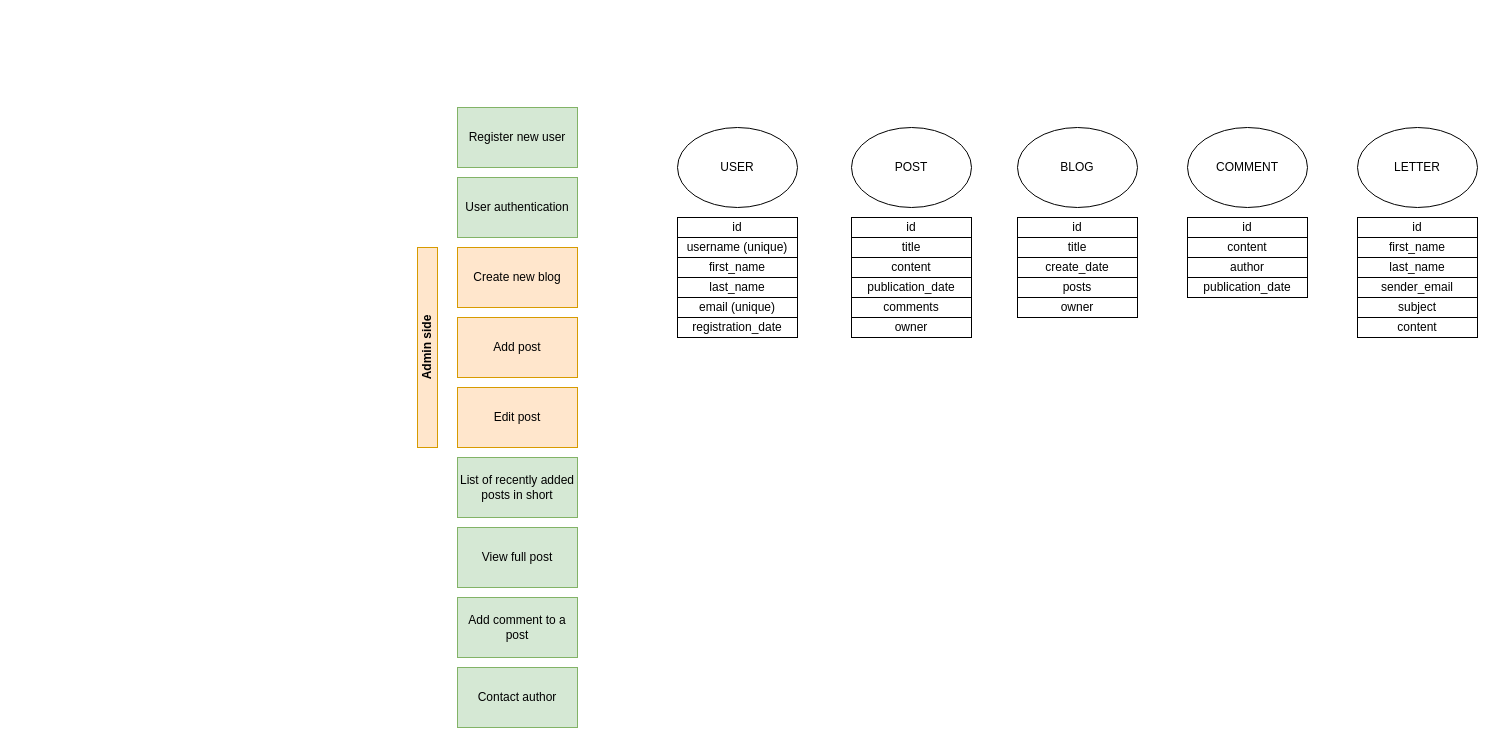
The draw.io diagram blogz/blog_logic.drawio in evgzai87/learning, before the edit. Source tidied: cells renumbered, new cells numbered last; positions are measured from the earlier drawing's top-left corner, leaving out a move shared by most shapes. Both pictures are drawn from the tidied source at 100%, with x=0, y=0 at pixel (417, 107).
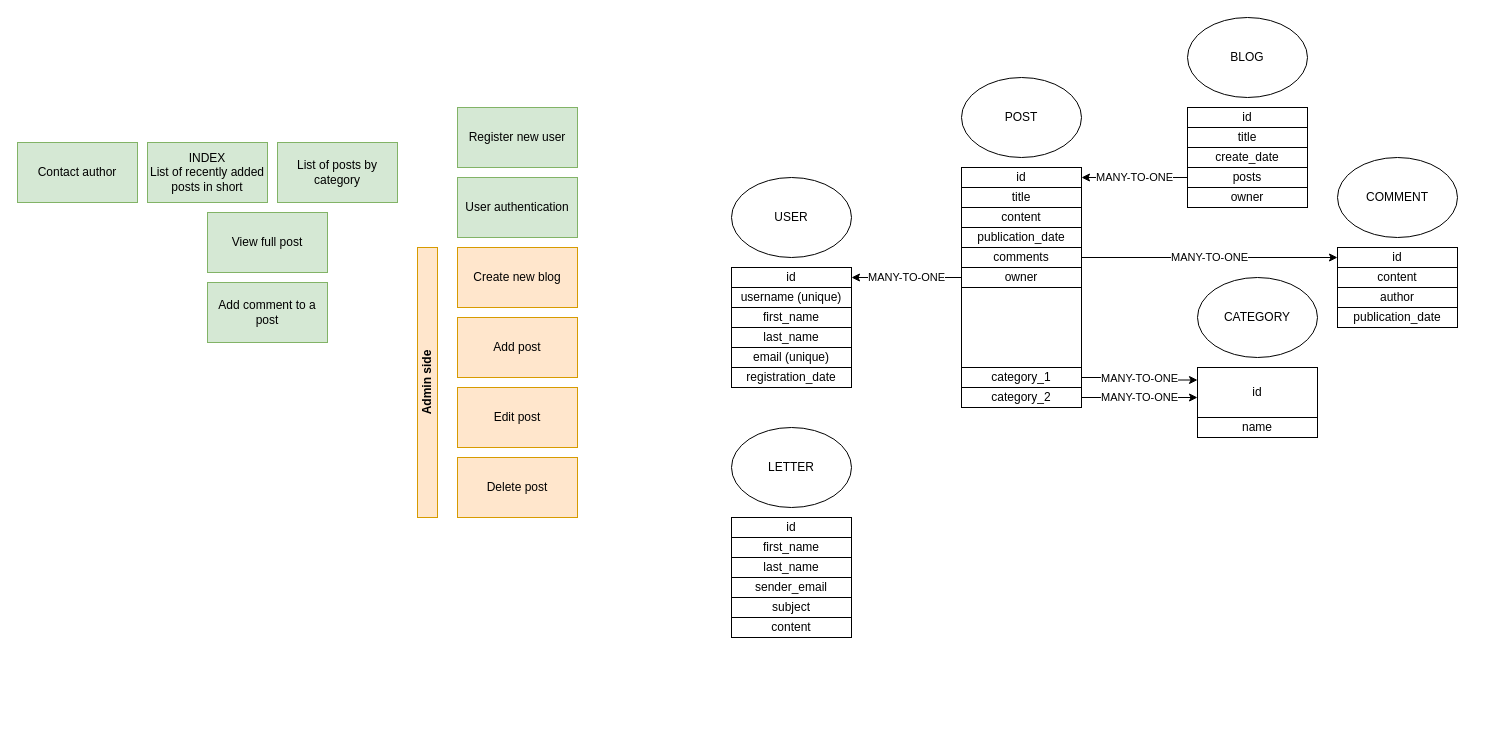
After the change.

What changed in the source:
```diff
@@
-    <mxCell id="2" value="List of recently added posts in short" style="rounded=0;whiteSpace=wrap;html=1;fillColor=#d5e8d4;strokeColor=#82b366;" parent="1" vertex="1">
-      <mxGeometry x="40" y="350" width="120" height="60" as="geometry" />
+    <mxCell id="2" value="INDEX&lt;br&gt;List of recently added posts in short" style="rounded=0;whiteSpace=wrap;html=1;fillColor=#d5e8d4;strokeColor=#82b366;" parent="1" vertex="1">
+      <mxGeometry x="-270" y="35" width="120" height="60" as="geometry" />
     </mxCell>
@@
     <mxCell id="5" value="View full post" style="rounded=0;whiteSpace=wrap;html=1;fillColor=#d5e8d4;strokeColor=#82b366;" parent="1" vertex="1">
-      <mxGeometry x="40" y="420" width="120" height="60" as="geometry" />
+      <mxGeometry x="-210" y="105" width="120" height="60" as="geometry" />
     </mxCell>
@@
     <mxCell id="9" value="Add comment to a post" style="rounded=0;whiteSpace=wrap;html=1;fillColor=#d5e8d4;strokeColor=#82b366;" parent="1" vertex="1">
-      <mxGeometry x="40" y="490" width="120" height="60" as="geometry" />
+      <mxGeometry x="-210" y="175" width="120" height="60" as="geometry" />
     </mxCell>
     <mxCell id="10" value="Contact author" style="rounded=0;whiteSpace=wrap;html=1;fillColor=#d5e8d4;strokeColor=#82b366;" parent="1" vertex="1">
-      <mxGeometry x="40" y="560" width="120" height="60" as="geometry" />
+      <mxGeometry x="-400" y="35" width="120" height="60" as="geometry" />
     </mxCell>
     <mxCell id="11" value="Admin side" style="rounded=0;whiteSpace=wrap;html=1;horizontal=0;fillColor=#ffe6cc;strokeColor=#d79b00;fontStyle=1;" parent="1" vertex="1">
-      <mxGeometry y="140" width="20" height="200" as="geometry" />
+      <mxGeometry y="140" width="20" height="270" as="geometry" />
     </mxCell>
     <mxCell id="12" value="USER" style="ellipse;whiteSpace=wrap;html=1;" parent="1" vertex="1">
-      <mxGeometry x="260" y="20" width="120" height="80" as="geometry" />
+      <mxGeometry x="314" y="70" width="120" height="80" as="geometry" />
     </mxCell>
     <mxCell id="13" value="POST" style="ellipse;whiteSpace=wrap;html=1;" parent="1" vertex="1">
-      <mxGeometry x="434" y="20" width="120" height="80" as="geometry" />
+      <mxGeometry x="544" y="-30" width="120" height="80" as="geometry" />
     </mxCell>
     <mxCell id="14" value="BLOG" style="ellipse;whiteSpace=wrap;html=1;" parent="1" vertex="1">
-      <mxGeometry x="600" y="20" width="120" height="80" as="geometry" />
+      <mxGeometry x="770" y="-90" width="120" height="80" as="geometry" />
     </mxCell>
     <mxCell id="15" value="COMMENT" style="ellipse;whiteSpace=wrap;html=1;" parent="1" vertex="1">
-      <mxGeometry x="770" y="20" width="120" height="80" as="geometry" />
+      <mxGeometry x="920" y="50" width="120" height="80" as="geometry" />
     </mxCell>
     <mxCell id="16" value="LETTER" style="ellipse;whiteSpace=wrap;html=1;" parent="1" vertex="1">
-      <mxGeometry x="940" y="20" width="120" height="80" as="geometry" />
+      <mxGeometry x="314" y="320" width="120" height="80" as="geometry" />
     </mxCell>
     <mxCell id="17" value="id" style="rounded=0;whiteSpace=wrap;html=1;" parent="1" vertex="1">
-      <mxGeometry x="260" y="110" width="120" height="20" as="geometry" />
+      <mxGeometry x="314" y="160" width="120" height="20" as="geometry" />
     </mxCell>
     <mxCell id="18" value="username (unique)" style="rounded=0;whiteSpace=wrap;html=1;" parent="1" vertex="1">
-      <mxGeometry x="260" y="130" width="120" height="20" as="geometry" />
+      <mxGeometry x="314" y="180" width="120" height="20" as="geometry" />
     </mxCell>
     <mxCell id="19" value="first_name" style="rounded=0;whiteSpace=wrap;html=1;" parent="1" vertex="1">
-      <mxGeometry x="260" y="150" width="120" height="20" as="geometry" />
+      <mxGeometry x="314" y="200" width="120" height="20" as="geometry" />
     </mxCell>
     <mxCell id="20" value="last_name" style="rounded=0;whiteSpace=wrap;html=1;" parent="1" vertex="1">
-      <mxGeometry x="260" y="170" width="120" height="20" as="geometry" />
+      <mxGeometry x="314" y="220" width="120" height="20" as="geometry" />
     </mxCell>
     <mxCell id="21" value="email&amp;nbsp;(unique)" style="rounded=0;whiteSpace=wrap;html=1;" parent="1" vertex="1">
-      <mxGeometry x="260" y="190" width="120" height="20" as="geometry" />
+      <mxGeometry x="314" y="240" width="120" height="20" as="geometry" />
     </mxCell>
     <mxCell id="22" value="id" style="rounded=0;whiteSpace=wrap;html=1;" parent="1" vertex="1">
-      <mxGeometry x="434" y="110" width="120" height="20" as="geometry" />
+      <mxGeometry x="544" y="60" width="120" height="20" as="geometry" />
     </mxCell>
     <mxCell id="23" value="title" style="rounded=0;whiteSpace=wrap;html=1;" parent="1" vertex="1">
-      <mxGeometry x="434" y="130" width="120" height="20" as="geometry" />
+      <mxGeometry x="544" y="80" width="120" height="20" as="geometry" />
     </mxCell>
     <mxCell id="24" value="content" style="rounded=0;whiteSpace=wrap;html=1;" parent="1" vertex="1">
-      <mxGeometry x="434" y="150" width="120" height="20" as="geometry" />
+      <mxGeometry x="544" y="100" width="120" height="20" as="geometry" />
     </mxCell>
+    <mxCell id="44" value="MANY-TO-ONE" style="edgeStyle=orthogonalEdgeStyle;rounded=0;jettySize=auto;html=1;entryX=1;entryY=0.5;entryDx=0;entryDy=0;horizontal=1;exitX=0;exitY=0.5;exitDx=0;exitDy=0;" parent="1" edge="1" source="25" target="17">
+      <mxGeometry relative="1" as="geometry">
+        <Array as="points">
+          <mxPoint x="490" y="170" />
+          <mxPoint x="490" y="170" />
+        </Array>
+      </mxGeometry>
+    </mxCell>
     <mxCell id="25" value="owner" style="rounded=0;whiteSpace=wrap;html=1;" parent="1" vertex="1">
-      <mxGeometry x="434" y="210" width="120" height="20" as="geometry" />
+      <mxGeometry x="544" y="160" width="120" height="20" as="geometry" />
     </mxCell>
     <mxCell id="26" value="publication_date" style="rounded=0;whiteSpace=wrap;html=1;" parent="1" vertex="1">
-      <mxGeometry x="434" y="170" width="120" height="20" as="geometry" />
+      <mxGeometry x="544" y="120" width="120" height="20" as="geometry" />
     </mxCell>
+    <mxCell id="45" value="MANY-TO-ONE" style="edgeStyle=orthogonalEdgeStyle;rounded=0;jettySize=auto;html=1;entryX=0;entryY=0.5;entryDx=0;entryDy=0;" parent="1" edge="1" source="27" target="34">
+      <mxGeometry relative="1" as="geometry" />
+    </mxCell>
     <mxCell id="27" value="comments" style="rounded=0;whiteSpace=wrap;html=1;" parent="1" vertex="1">
-      <mxGeometry x="434" y="190" width="120" height="20" as="geometry" />
+      <mxGeometry x="544" y="140" width="120" height="20" as="geometry" />
     </mxCell>
     <mxCell id="28" value="id" style="rounded=0;whiteSpace=wrap;html=1;" parent="1" vertex="1">
-      <mxGeometry x="600" y="110" width="120" height="20" as="geometry" />
+      <mxGeometry x="770" width="120" height="20" as="geometry" />
     </mxCell>
     <mxCell id="29" value="title" style="rounded=0;whiteSpace=wrap;html=1;" parent="1" vertex="1">
-      <mxGeometry x="600" y="130" width="120" height="20" as="geometry" />
+      <mxGeometry x="770" y="20" width="120" height="20" as="geometry" />
     </mxCell>
     <mxCell id="30" value="owner" style="rounded=0;whiteSpace=wrap;html=1;" parent="1" vertex="1">
-      <mxGeometry x="600" y="190" width="120" height="20" as="geometry" />
+      <mxGeometry x="770" y="80" width="120" height="20" as="geometry" />
     </mxCell>
     <mxCell id="31" value="create_date" style="rounded=0;whiteSpace=wrap;html=1;" parent="1" vertex="1">
-      <mxGeometry x="600" y="150" width="120" height="20" as="geometry" />
+      <mxGeometry x="770" y="40" width="120" height="20" as="geometry" />
     </mxCell>
     <mxCell id="32" value="registration_date" style="rounded=0;whiteSpace=wrap;html=1;" parent="1" vertex="1">
-      <mxGeometry x="260" y="210" width="120" height="20" as="geometry" />
+      <mxGeometry x="314" y="260" width="120" height="20" as="geometry" />
     </mxCell>
+    <mxCell id="46" value="MANY-TO-ONE" style="edgeStyle=orthogonalEdgeStyle;rounded=0;jettySize=auto;html=1;entryX=1;entryY=0.5;entryDx=0;entryDy=0;horizontal=1;" parent="1" edge="1" source="33" target="22">
+      <mxGeometry relative="1" as="geometry" />
+    </mxCell>
     <mxCell id="33" value="posts" style="rounded=0;whiteSpace=wrap;html=1;" parent="1" vertex="1">
-      <mxGeometry x="600" y="170" width="120" height="20" as="geometry" />
+      <mxGeometry x="770" y="60" width="120" height="20" as="geometry" />
     </mxCell>
     <mxCell id="34" value="id" style="rounded=0;whiteSpace=wrap;html=1;" parent="1" vertex="1">
-      <mxGeometry x="770" y="110" width="120" height="20" as="geometry" />
+      <mxGeometry x="920" y="140" width="120" height="20" as="geometry" />
     </mxCell>
     <mxCell id="35" value="author" style="rounded=0;whiteSpace=wrap;html=1;" parent="1" vertex="1">
-      <mxGeometry x="770" y="150" width="120" height="20" as="geometry" />
+      <mxGeometry x="920" y="180" width="120" height="20" as="geometry" />
     </mxCell>
     <mxCell id="36" value="publication_date" style="rounded=0;whiteSpace=wrap;html=1;" parent="1" vertex="1">
-      <mxGeometry x="770" y="170" width="120" height="20" as="geometry" />
+      <mxGeometry x="920" y="200" width="120" height="20" as="geometry" />
     </mxCell>
     <mxCell id="37" value="content" style="rounded=0;whiteSpace=wrap;html=1;" parent="1" vertex="1">
-      <mxGeometry x="770" y="130" width="120" height="20" as="geometry" />
+      <mxGeometry x="920" y="160" width="120" height="20" as="geometry" />
     </mxCell>
     <mxCell id="38" value="id" style="rounded=0;whiteSpace=wrap;html=1;" parent="1" vertex="1">
-      <mxGeometry x="940" y="110" width="120" height="20" as="geometry" />
+      <mxGeometry x="314" y="410" width="120" height="20" as="geometry" />
     </mxCell>
     <mxCell id="39" value="content" style="rounded=0;whiteSpace=wrap;html=1;" parent="1" vertex="1">
-      <mxGeometry x="940" y="210" width="120" height="20" as="geometry" />
+      <mxGeometry x="314" y="510" width="120" height="20" as="geometry" />
     </mxCell>
     <mxCell id="40" value="sender_email" style="rounded=0;whiteSpace=wrap;html=1;" parent="1" vertex="1">
-      <mxGeometry x="940" y="170" width="120" height="20" as="geometry" />
+      <mxGeometry x="314" y="470" width="120" height="20" as="geometry" />
     </mxCell>
     <mxCell id="41" value="first_name" style="rounded=0;whiteSpace=wrap;html=1;" parent="1" vertex="1">
-      <mxGeometry x="940" y="130" width="120" height="20" as="geometry" />
+      <mxGeometry x="314" y="430" width="120" height="20" as="geometry" />
     </mxCell>
     <mxCell id="42" value="last_name" style="rounded=0;whiteSpace=wrap;html=1;" parent="1" vertex="1">
-      <mxGeometry x="940" y="150" width="120" height="20" as="geometry" />
+      <mxGeometry x="314" y="450" width="120" height="20" as="geometry" />
     </mxCell>
     <mxCell id="43" value="subject" style="rounded=0;whiteSpace=wrap;html=1;" parent="1" vertex="1">
-      <mxGeometry x="940" y="190" width="120" height="20" as="geometry" />
+      <mxGeometry x="314" y="490" width="120" height="20" as="geometry" />
     </mxCell>
+    <mxCell id="47" value="List of posts by category" style="rounded=0;whiteSpace=wrap;html=1;fillColor=#d5e8d4;strokeColor=#82b366;" parent="1" vertex="1">
+      <mxGeometry x="-140" y="35" width="120" height="60" as="geometry" />
+    </mxCell>
+    <mxCell id="48" value="Delete post" style="rounded=0;whiteSpace=wrap;html=1;fillColor=#ffe6cc;strokeColor=#d79b00;" parent="1" vertex="1">
+      <mxGeometry x="40" y="350" width="120" height="60" as="geometry" />
+    </mxCell>
+    <mxCell id="49" value="MANY-TO-ONE" style="edgeStyle=orthogonalEdgeStyle;rounded=0;jettySize=auto;html=1;exitX=1;exitY=0.5;exitDx=0;exitDy=0;entryX=0;entryY=0.25;entryDx=0;entryDy=0;horizontal=1;" parent="1" edge="1" source="50" target="52">
+      <mxGeometry relative="1" as="geometry" />
+    </mxCell>
+    <mxCell id="50" value="category_1" style="rounded=0;whiteSpace=wrap;html=1;" parent="1" vertex="1">
+      <mxGeometry x="544" y="260" width="120" height="20" as="geometry" />
+    </mxCell>
+    <mxCell id="51" value="CATEGORY" style="ellipse;whiteSpace=wrap;html=1;" parent="1" vertex="1">
+      <mxGeometry x="780" y="170" width="120" height="80" as="geometry" />
+    </mxCell>
+    <mxCell id="52" value="id" style="rounded=0;whiteSpace=wrap;html=1;" parent="1" vertex="1">
+      <mxGeometry x="780" y="260" width="120" height="50" as="geometry" />
+    </mxCell>
+    <mxCell id="53" value="name" style="rounded=0;whiteSpace=wrap;html=1;" parent="1" vertex="1">
+      <mxGeometry x="780" y="310" width="120" height="20" as="geometry" />
+    </mxCell>
+    <mxCell id="54" style="rounded=0;whiteSpace=wrap;html=1;" parent="1" vertex="1">
+      <mxGeometry x="544" y="180" width="120" height="80" as="geometry" />
+    </mxCell>
+    <mxCell id="55" value="MANY-TO-ONE" style="edgeStyle=orthogonalEdgeStyle;rounded=0;jettySize=auto;html=1;" parent="1" edge="1" source="56">
+      <mxGeometry relative="1" as="geometry">
+        <mxPoint x="780" y="290" as="targetPoint" />
+      </mxGeometry>
+    </mxCell>
+    <mxCell id="56" value="category_2" style="rounded=0;whiteSpace=wrap;html=1;" parent="1" vertex="1">
+      <mxGeometry x="544" y="280" width="120" height="20" as="geometry" />
+    </mxCell>
```
